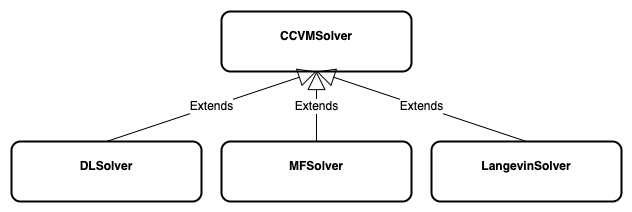
Above: diagrams/solver_hierarchy.png in 1QB-Information-Technologies/ccvm (draw.io), before the change. Source tidied: cells renumbered, new cells last; positions are measured from the earlier drawing's top-left corner, leaving out a move shared by most shapes.
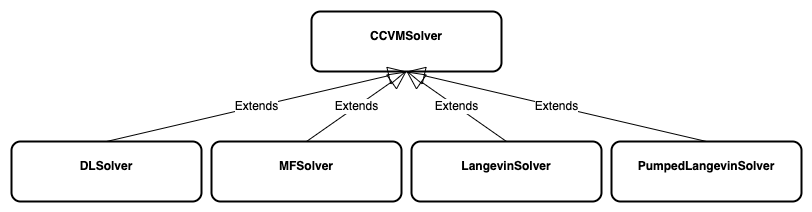
Above is the later version.

Commit message:
Update solver hierarchy diagram to include pumped langevin sovler (#179)

- Add a leaf for pumped Langevin solver in the solver hierarchy diagram
- Clsoes #166

Diff of the diagram source:
```diff
@@ -3,7 +3,7 @@
     <mxCell id="0" />
     <mxCell id="1" parent="0" />
     <mxCell id="2" value="&lt;p style=&quot;margin: 4px 0px 0px;&quot;&gt;&lt;br&gt;&lt;b&gt;CCVMSolver&lt;/b&gt;&lt;/p&gt;" style="verticalAlign=top;align=center;overflow=fill;fontSize=12;fontFamily=Helvetica;html=1;whiteSpace=wrap;rounded=1;strokeColor=default;strokeWidth=2;fontColor=default;fillColor=default;" parent="1" vertex="1">
-      <mxGeometry x="210" width="190" height="60" as="geometry" />
+      <mxGeometry x="260" width="190" height="60" as="geometry" />
     </mxCell>
     <mxCell id="3" value="Extends" style="endArrow=block;endSize=16;endFill=0;html=1;rounded=0;fontFamily=Helvetica;fontSize=12;fontColor=default;exitX=0.5;exitY=0;exitDx=0;exitDy=0;entryX=0.5;entryY=1;entryDx=0;entryDy=0;" parent="1" edge="1" source="5" target="2">
       <mxGeometry relative="1" as="geometry" />
@@ -12,16 +12,22 @@
       <mxGeometry relative="1" as="geometry" />
     </mxCell>
     <mxCell id="5" value="&lt;p style=&quot;margin:0px;margin-top:4px;text-align:center;&quot;&gt;&lt;b&gt;&lt;br&gt;DLSolver&lt;/b&gt;&lt;/p&gt;" style="verticalAlign=top;align=left;overflow=fill;fontSize=12;fontFamily=Helvetica;html=1;whiteSpace=wrap;rounded=1;strokeColor=default;strokeWidth=2;fontColor=default;fillColor=default;" parent="1" vertex="1">
-      <mxGeometry y="130" width="190" height="60" as="geometry" />
+      <mxGeometry x="-40" y="130" width="190" height="60" as="geometry" />
     </mxCell>
     <mxCell id="6" value="&lt;p style=&quot;margin: 4px 0px 0px;&quot;&gt;&lt;br&gt;&lt;b&gt;MFSolver&lt;/b&gt;&lt;/p&gt;" style="verticalAlign=top;align=center;overflow=fill;fontSize=12;fontFamily=Helvetica;html=1;whiteSpace=wrap;rounded=1;strokeColor=default;strokeWidth=2;fontColor=default;fillColor=default;" parent="1" vertex="1">
-      <mxGeometry x="210" y="130" width="190" height="60" as="geometry" />
+      <mxGeometry x="160" y="130" width="190" height="60" as="geometry" />
     </mxCell>
     <mxCell id="7" value="Extends" style="endArrow=block;endSize=16;endFill=0;html=1;rounded=0;fontFamily=Helvetica;fontSize=12;fontColor=default;exitX=0.5;exitY=0;exitDx=0;exitDy=0;entryX=0.5;entryY=1;entryDx=0;entryDy=0;" parent="1" edge="1" source="8" target="2">
       <mxGeometry relative="1" as="geometry" />
     </mxCell>
     <mxCell id="8" value="&lt;p style=&quot;margin: 4px 0px 0px;&quot;&gt;&lt;br&gt;&lt;b&gt;LangevinSolver&lt;/b&gt;&lt;/p&gt;" style="verticalAlign=top;align=center;overflow=fill;fontSize=12;fontFamily=Helvetica;html=1;whiteSpace=wrap;rounded=1;strokeColor=default;strokeWidth=2;fontColor=default;fillColor=default;" parent="1" vertex="1">
-      <mxGeometry x="420" y="130" width="190" height="60" as="geometry" />
+      <mxGeometry x="360" y="130" width="190" height="60" as="geometry" />
     </mxCell>
+    <mxCell id="9" value="&lt;p style=&quot;margin: 4px 0px 0px;&quot;&gt;&lt;br&gt;&lt;b&gt;PumpedLangevinSolver&lt;/b&gt;&lt;/p&gt;" style="verticalAlign=top;align=center;overflow=fill;fontSize=12;fontFamily=Helvetica;html=1;whiteSpace=wrap;rounded=1;strokeColor=default;strokeWidth=2;fontColor=default;fillColor=default;" parent="1" vertex="1">
+      <mxGeometry x="560" y="130" width="190" height="60" as="geometry" />
+    </mxCell>
+    <mxCell id="10" value="Extends" style="endArrow=block;endSize=16;endFill=0;html=1;rounded=0;fontFamily=Helvetica;fontSize=12;fontColor=default;exitX=0.5;exitY=0;exitDx=0;exitDy=0;entryX=0.5;entryY=1;entryDx=0;entryDy=0;" parent="1" edge="1" source="9" target="2">
+      <mxGeometry relative="1" as="geometry" />
+    </mxCell>
   </root>
 </mxGraphModel>
```
